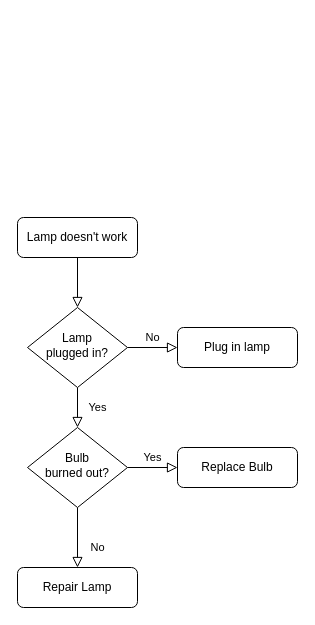
Before: Untitled Diagram.drawio in berat1yvz/Rocket_RecoverySystem_Schematic_draw.io-YRT, a draw.io diagram. Source tidied: cells renumbered, new cells numbered last; positions are measured from the earlier drawing's top-left corner, leaving out a move shared by most shapes. Both pictures are drawn from the tidied source at 100%, with x=0, y=0 at pixel (17, 217).
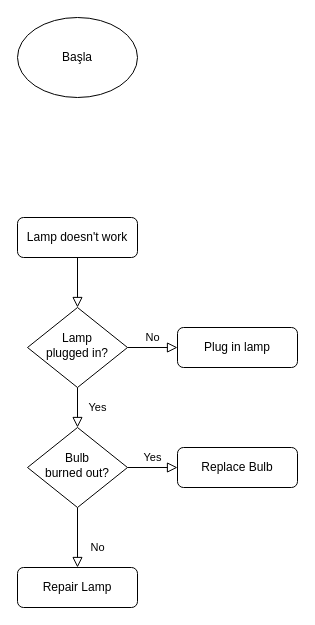
After the change.

Change to the diagram source:
```diff
@@
 <mxGraphModel>
   <root>
     <mxCell id="0" />
     <mxCell id="1" parent="0" />
     <mxCell id="2" style="rounded=0;html=1;jettySize=auto;fontSize=11;endArrow=block;endFill=0;endSize=8;strokeWidth=1;shadow=0;labelBackgroundColor=none;edgeStyle=orthogonalEdgeStyle;" parent="1" edge="1" source="3" target="6">
       <mxGeometry relative="1" as="geometry" />
     </mxCell>
     <mxCell id="3" value="Lamp doesn't work" style="rounded=1;whiteSpace=wrap;html=1;fontSize=12;glass=0;strokeWidth=1;shadow=0;" parent="1" vertex="1">
       <mxGeometry width="120" height="40" as="geometry" />
     </mxCell>
     <mxCell id="4" value="Yes" style="rounded=0;html=1;jettySize=auto;fontSize=11;endArrow=block;endFill=0;endSize=8;strokeWidth=1;shadow=0;labelBackgroundColor=none;edgeStyle=orthogonalEdgeStyle;" parent="1" edge="1" source="6" target="10">
       <mxGeometry y="20" relative="1" as="geometry" />
     </mxCell>
     <mxCell id="5" value="No" style="edgeStyle=orthogonalEdgeStyle;rounded=0;html=1;jettySize=auto;fontSize=11;endArrow=block;endFill=0;endSize=8;strokeWidth=1;shadow=0;labelBackgroundColor=none;" parent="1" edge="1" source="6" target="7">
       <mxGeometry y="10" relative="1" as="geometry" />
     </mxCell>
     <mxCell id="6" value="Lamp&lt;br&gt;plugged in?" style="rhombus;whiteSpace=wrap;html=1;shadow=0;fontFamily=Helvetica;fontSize=12;align=center;strokeWidth=1;spacing=6;spacingTop=-4;" parent="1" vertex="1">
       <mxGeometry x="10" y="90" width="100" height="80" as="geometry" />
     </mxCell>
     <mxCell id="7" value="Plug in lamp" style="rounded=1;whiteSpace=wrap;html=1;fontSize=12;glass=0;strokeWidth=1;shadow=0;" parent="1" vertex="1">
       <mxGeometry x="160" y="110" width="120" height="40" as="geometry" />
     </mxCell>
     <mxCell id="8" value="No" style="rounded=0;html=1;jettySize=auto;fontSize=11;endArrow=block;endFill=0;endSize=8;strokeWidth=1;shadow=0;labelBackgroundColor=none;edgeStyle=orthogonalEdgeStyle;" parent="1" edge="1" source="10" target="11">
       <mxGeometry x="0.33" y="20" relative="1" as="geometry" />
     </mxCell>
     <mxCell id="9" value="Yes" style="edgeStyle=orthogonalEdgeStyle;rounded=0;html=1;jettySize=auto;fontSize=11;endArrow=block;endFill=0;endSize=8;strokeWidth=1;shadow=0;labelBackgroundColor=none;" parent="1" edge="1" source="10" target="12">
       <mxGeometry y="10" relative="1" as="geometry" />
     </mxCell>
     <mxCell id="10" value="Bulb&lt;br&gt;burned out?" style="rhombus;whiteSpace=wrap;html=1;shadow=0;fontFamily=Helvetica;fontSize=12;align=center;strokeWidth=1;spacing=6;spacingTop=-4;" parent="1" vertex="1">
       <mxGeometry x="10" y="210" width="100" height="80" as="geometry" />
     </mxCell>
     <mxCell id="11" value="Repair Lamp" style="rounded=1;whiteSpace=wrap;html=1;fontSize=12;glass=0;strokeWidth=1;shadow=0;" parent="1" vertex="1">
       <mxGeometry y="350" width="120" height="40" as="geometry" />
     </mxCell>
     <mxCell id="12" value="Replace Bulb" style="rounded=1;whiteSpace=wrap;html=1;fontSize=12;glass=0;strokeWidth=1;shadow=0;" parent="1" vertex="1">
       <mxGeometry x="160" y="230" width="120" height="40" as="geometry" />
     </mxCell>
+    <mxCell id="13" value="Başla" style="ellipse;whiteSpace=wrap;html=1;" parent="1" vertex="1">
+      <mxGeometry y="-200" width="120" height="80" as="geometry" />
+    </mxCell>
   </root>
 </mxGraphModel>
```
